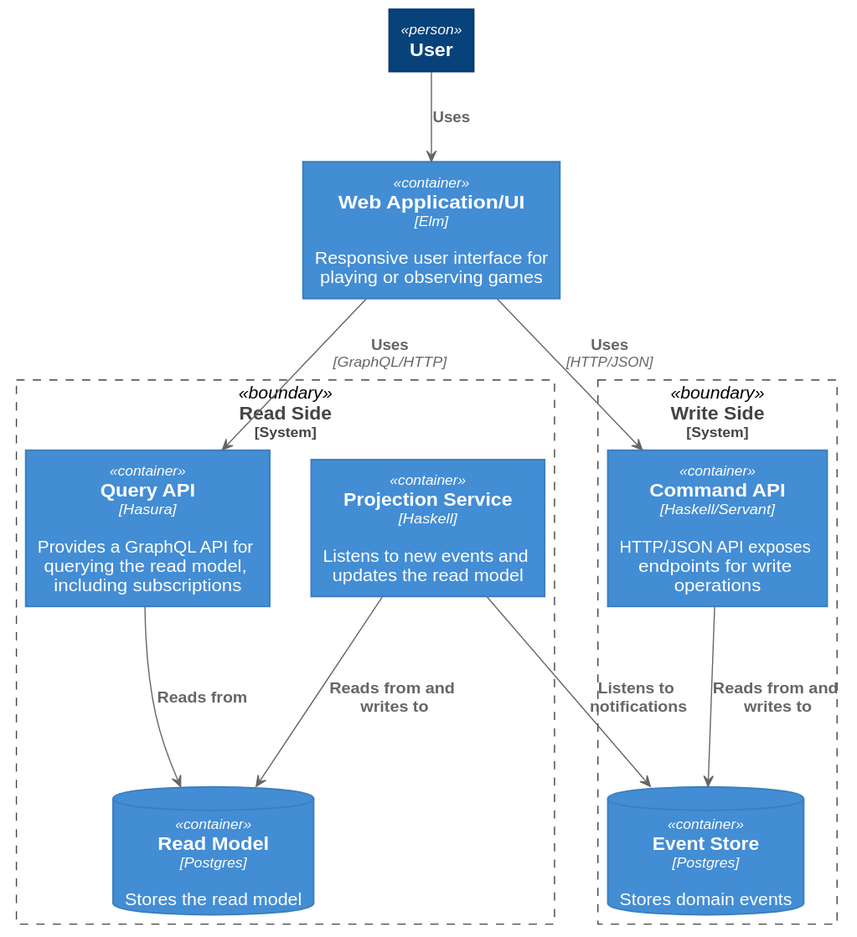
Earlier version of the PlantUML export out/docs/C4_Context/C4_Elements.svg (battermann/connect-4). The source it was exported from:
```plantuml
@startuml C4_Elements





skinparam defaultTextAlignment center

skinparam wrapWidth 200
skinparam maxMessageSize 150

skinparam rectangle {
    StereotypeFontSize 12
    shadowing false
}

skinparam database {
    StereotypeFontSize 12
    shadowing false
}

skinparam Arrow {
    Color #666666
    FontColor #666666
    FontSize 12
}

skinparam rectangle<<boundary>> {
    Shadowing false
    StereotypeFontSize 0
    FontColor #444444
    BorderColor #444444
    BorderStyle dashed
}






















skinparam rectangle<<person>> {
    StereotypeFontColor #FFFFFF
    FontColor #FFFFFF
    BackgroundColor #08427B
    BorderColor #073B6F
}

skinparam rectangle<<external_person>> {
    StereotypeFontColor #FFFFFF
    FontColor #FFFFFF
    BackgroundColor #686868
    BorderColor #8A8A8A
}

skinparam rectangle<<system>> {
    StereotypeFontColor #FFFFFF
    FontColor #FFFFFF
    BackgroundColor #1168BD
    BorderColor #3C7FC0
}

skinparam rectangle<<external_system>> {
    StereotypeFontColor #FFFFFF
    FontColor #FFFFFF
    BackgroundColor #999999
    BorderColor #8A8A8A
}

skinparam database<<system>> {
    StereotypeFontColor #FFFFFF
    FontColor #FFFFFF
    BackgroundColor #1168BD
    BorderColor #3C7FC0
}

skinparam database<<external_system>> {
    StereotypeFontColor #FFFFFF
    FontColor #FFFFFF
    BackgroundColor #999999
    BorderColor #8A8A8A
}
















skinparam rectangle<<container>> {
    StereotypeFontColor #FFFFFF
    FontColor #FFFFFF
    BackgroundColor #438DD5
    BorderColor #3C7FC0
}

skinparam database<<container>> {
    StereotypeFontColor #FFFFFF
    FontColor #FFFFFF
    BackgroundColor #438DD5
    BorderColor #3C7FC0
}








top to bottom direction

rectangle "==User" <<person>> as user

rectangle "==Web Application/UI\n//<size:12>[Elm]</size>//\n\n Responsive user interface for playing or observing games" <<container>> as web_app

rectangle "==Read Side\n<size:12>[System]</size>" <<boundary>> as read_side {
  database "==Read Model\n//<size:12>[Postgres]</size>//\n\n Stores the read model" <<container>> as read_model_db
  rectangle "==Query API\n//<size:12>[Hasura]</size>//\n\n Provides a GraphQL API for querying the read model, including subscriptions" <<container>> as read_model_api
  rectangle "==Projection Service\n//<size:12>[Haskell]</size>//\n\n Listens to new events and updates the read model" <<container>> as projection
}

rectangle "==Write Side\n<size:12>[System]</size>" <<boundary>> as write_side {
  database "==Event Store\n//<size:12>[Postgres]</size>//\n\n Stores domain events" <<container>> as event_store
  rectangle "==Command API\n//<size:12>[Haskell/Servant]</size>//\n\n HTTP/JSON API exposes endpoints for write operations" <<container>> as cmd_api
}

user --> web_app : "===Uses"

web_app --> read_model_api : "===Uses\n//<size:12>[GraphQL/HTTP]</size>//"
web_app --> cmd_api : "===Uses\n//<size:12>[HTTP/JSON]</size>//"

read_model_api --> read_model_db : "===Reads from"
cmd_api --> event_store : "===Reads from and writes to"

projection --> event_store : "===Listens to notifications"
projection --> read_model_db : "===Reads from and writes to"

@enduml
```
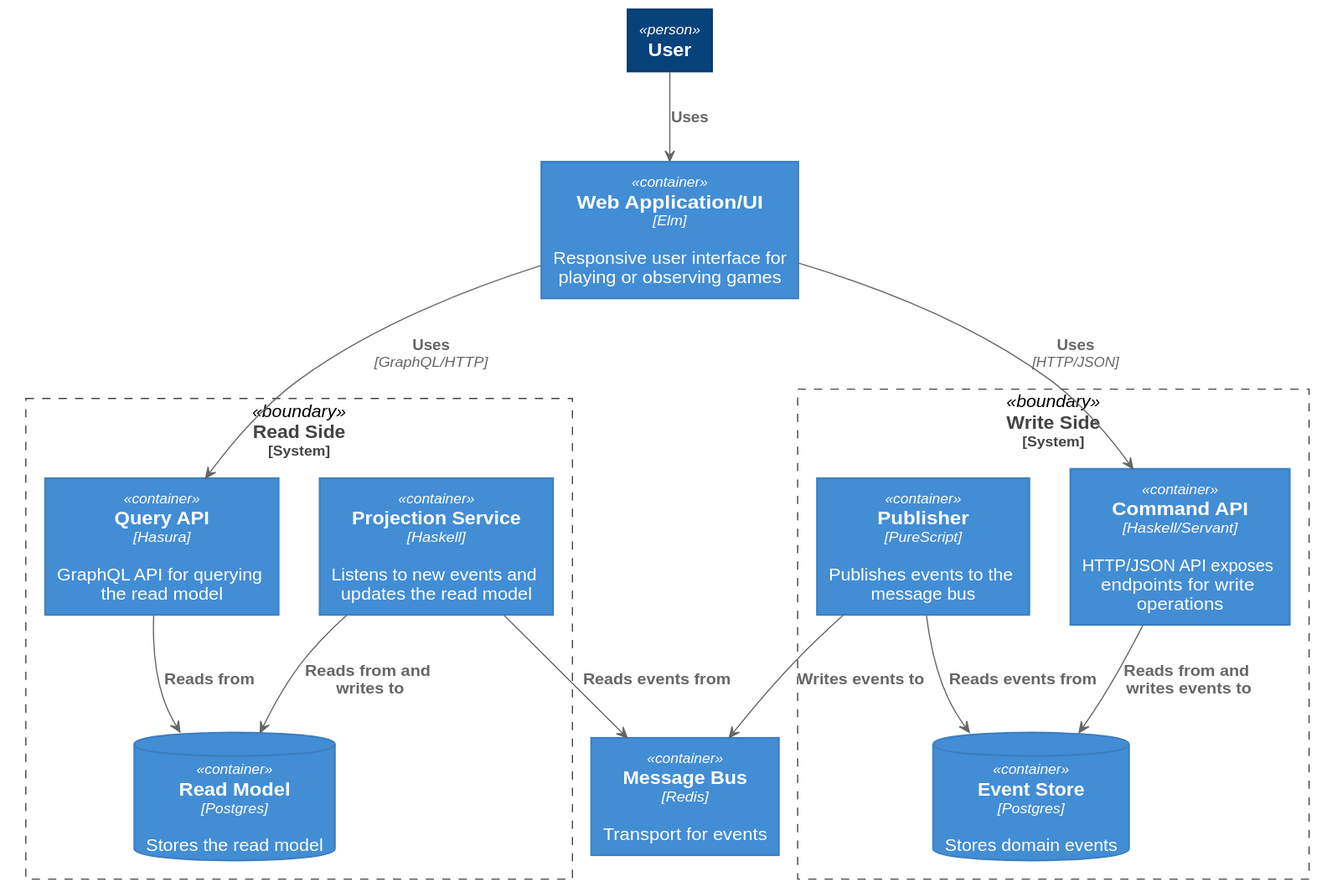
The same diagram one commit later.

Diff of the diagram source:
```diff
@@ -140,13 +140,16 @@
 
 rectangle "==Read Side\n<size:12>[System]</size>" <<boundary>> as read_side {
   database "==Read Model\n//<size:12>[Postgres]</size>//\n\n Stores the read model" <<container>> as read_model_db
-  rectangle "==Query API\n//<size:12>[Hasura]</size>//\n\n Provides a GraphQL API for querying the read model, including subscriptions" <<container>> as read_model_api
+  rectangle "==Query API\n//<size:12>[Hasura]</size>//\n\n GraphQL API for querying the read model" <<container>> as read_model_api
   rectangle "==Projection Service\n//<size:12>[Haskell]</size>//\n\n Listens to new events and updates the read model" <<container>> as projection
 }
+
+rectangle "==Message Bus\n//<size:12>[Redis]</size>//\n\n Transport for events" <<container>> as message_bus
 
 rectangle "==Write Side\n<size:12>[System]</size>" <<boundary>> as write_side {
   database "==Event Store\n//<size:12>[Postgres]</size>//\n\n Stores domain events" <<container>> as event_store
   rectangle "==Command API\n//<size:12>[Haskell/Servant]</size>//\n\n HTTP/JSON API exposes endpoints for write operations" <<container>> as cmd_api
+  rectangle "==Publisher\n//<size:12>[PureScript]</size>//\n\n Publishes events to the message bus" <<container>> as pub
 }
 
 user --> web_app : "===Uses"
@@ -155,9 +158,12 @@
 web_app --> cmd_api : "===Uses\n//<size:12>[HTTP/JSON]</size>//"
 
 read_model_api --> read_model_db : "===Reads from"
-cmd_api --> event_store : "===Reads from and writes to"
+cmd_api --> event_store : "===Reads from and writes events to"
 
-projection --> event_store : "===Listens to notifications"
+projection --> message_bus : "===Reads events from"
 projection --> read_model_db : "===Reads from and writes to"
 
+pub --> message_bus : "===Writes events to"
+pub --> event_store : "===Reads events from"
+
 @enduml
```
